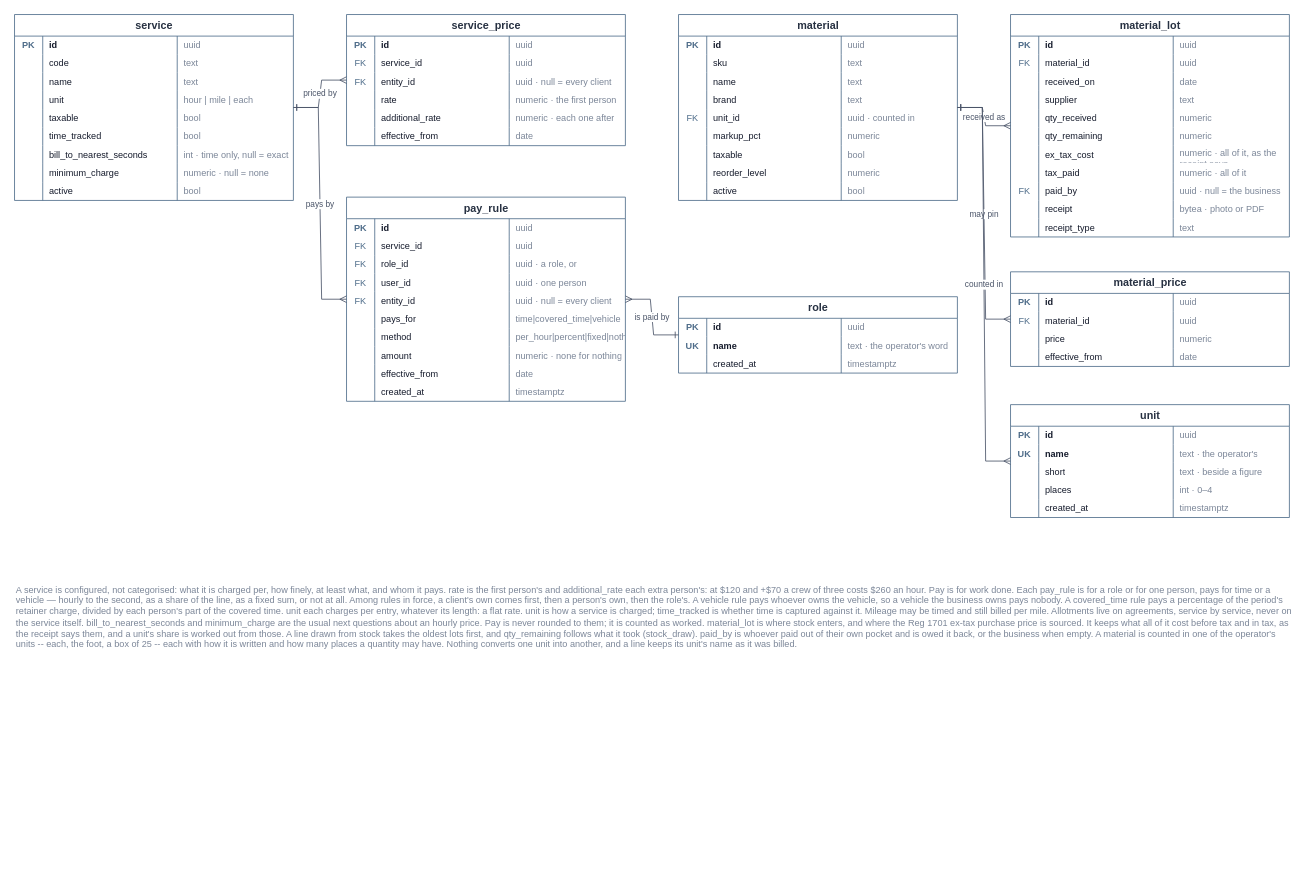
Before: docs/schema/03-catalogue.drawio in TylerVigario/reckon, a draw.io diagram. Source tidied: cells renumbered, new cells numbered last; positions are measured from the earlier drawing's top-left corner, leaving out a move shared by most shapes. Both pictures are drawn from the tidied source at 83%, with x=0, y=0 at pixel (14, 14).
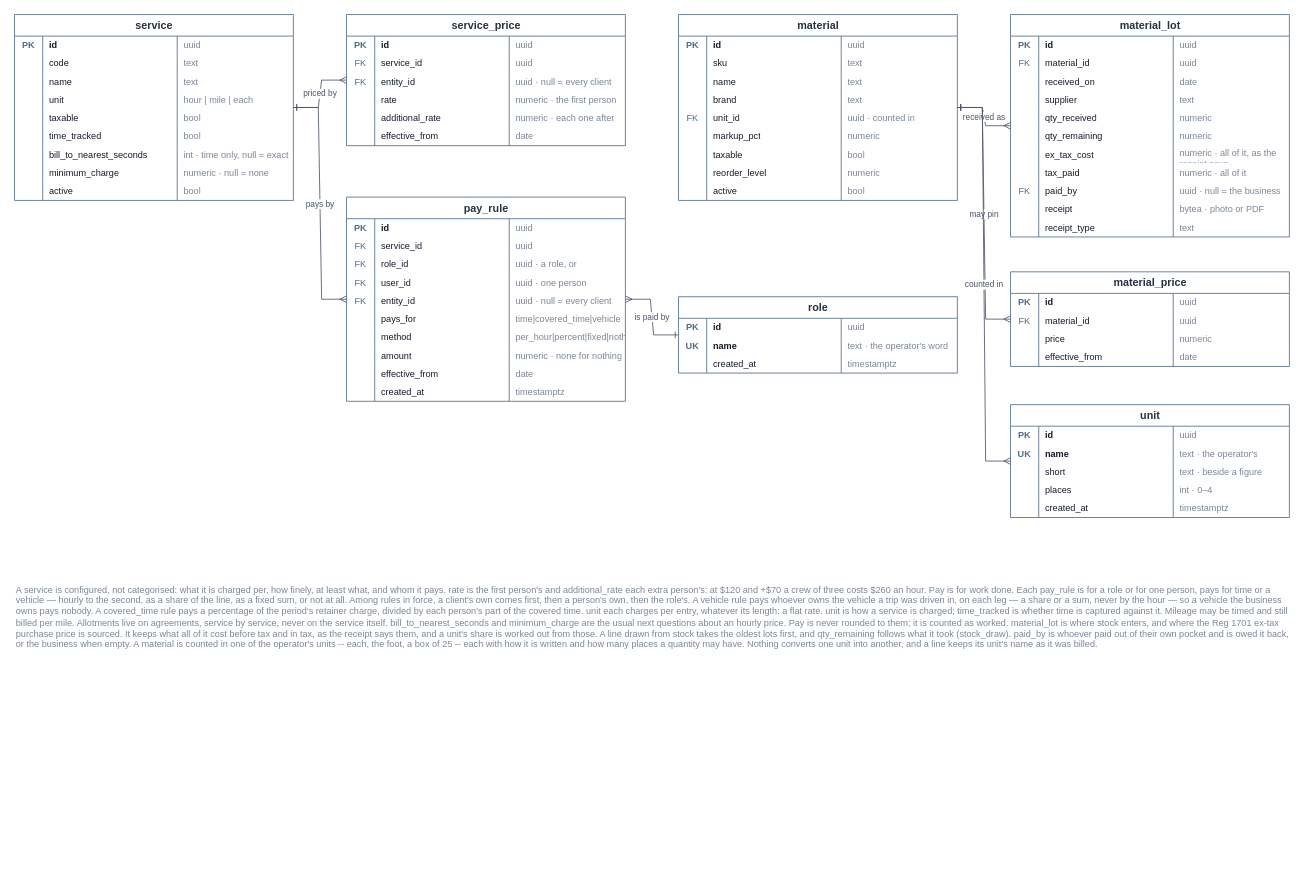
The same diagram, later.

What changed in the source:
```diff
@@
-    <mxCell id="244" value="A service is configured, not categorised: what it is charged per, how finely, at least what, and whom it pays.  rate is the first person's and additional_rate each extra person's: at $120 and +$70 a crew of three costs $260 an hour.  Pay is for work done. Each pay_rule is for a role or for one person, pays for time or a vehicle — hourly to the second, as a share of the line, as a fixed sum, or not at all. Among rules in force, a client's own comes first, then a person's own, then the role's.  A vehicle rule pays whoever owns the vehicle, so a vehicle the business owns pays nobody.  A covered_time rule pays a percentage of the period's retainer charge, divided by each person's part of the covered time.  unit each charges per entry, whatever its length: a flat rate.  unit is how a service is charged; time_tracked is whether time is captured against it. Mileage may be timed and still billed per mile.  Allotments live on agreements, service by service, never on the service itself.  bill_to_nearest_seconds and minimum_charge are the usual next questions about an hourly price. Pay is never rounded to them; it is counted as worked.  material_lot is where stock enters, and where the Reg 1701 ex-tax purchase price is sourced. It keeps what all of it cost before tax and in tax, as the receipt says them, and a unit's share is worked out from those. A line drawn from stock takes the oldest lots first, and qty_remaining follows what it took (stock_draw). paid_by is whoever paid out of their own pocket and is owed it back, or the business when empty.  A material is counted in one of the operator's units -- each, the foot, a box of 25 -- each with how it is written and how many places a quantity may have. Nothing converts one unit into another, and a line keeps its unit's name as it was billed." style="text;html=1;strokeColor=none;fillColor=none;align=left;verticalAlign=top;fontSize=11;fontColor=#7b8698;whiteSpace=wrap;" parent="1" vertex="1">
+    <mxCell id="244" value="A service is configured, not categorised: what it is charged per, how finely, at least what, and whom it pays.  rate is the first person's and additional_rate each extra person's: at $120 and +$70 a crew of three costs $260 an hour.  Pay is for work done. Each pay_rule is for a role or for one person, pays for time or a vehicle — hourly to the second, as a share of the line, as a fixed sum, or not at all. Among rules in force, a client's own comes first, then a person's own, then the role's.  A vehicle rule pays whoever owns the vehicle a trip was driven in, on each leg — a share or a sum, never by the hour — so a vehicle the business owns pays nobody.  A covered_time rule pays a percentage of the period's retainer charge, divided by each person's part of the covered time.  unit each charges per entry, whatever its length: a flat rate.  unit is how a service is charged; time_tracked is whether time is captured against it. Mileage may be timed and still billed per mile.  Allotments live on agreements, service by service, never on the service itself.  bill_to_nearest_seconds and minimum_charge are the usual next questions about an hourly price. Pay is never rounded to them; it is counted as worked.  material_lot is where stock enters, and where the Reg 1701 ex-tax purchase price is sourced. It keeps what all of it cost before tax and in tax, as the receipt says them, and a unit's share is worked out from those. A line drawn from stock takes the oldest lots first, and qty_remaining follows what it took (stock_draw). paid_by is whoever paid out of their own pocket and is owed it back, or the business when empty.  A material is counted in one of the operator's units -- each, the foot, a box of 25 -- each with how it is written and how many places a quantity may have. Nothing converts one unit into another, and a line keeps its unit's name as it was billed." style="text;html=1;strokeColor=none;fillColor=none;align=left;verticalAlign=top;fontSize=11;fontColor=#7b8698;whiteSpace=wrap;" parent="1" vertex="1">
       <mxGeometry y="680" width="1540" height="360" as="geometry" />
     </mxCell>
```
